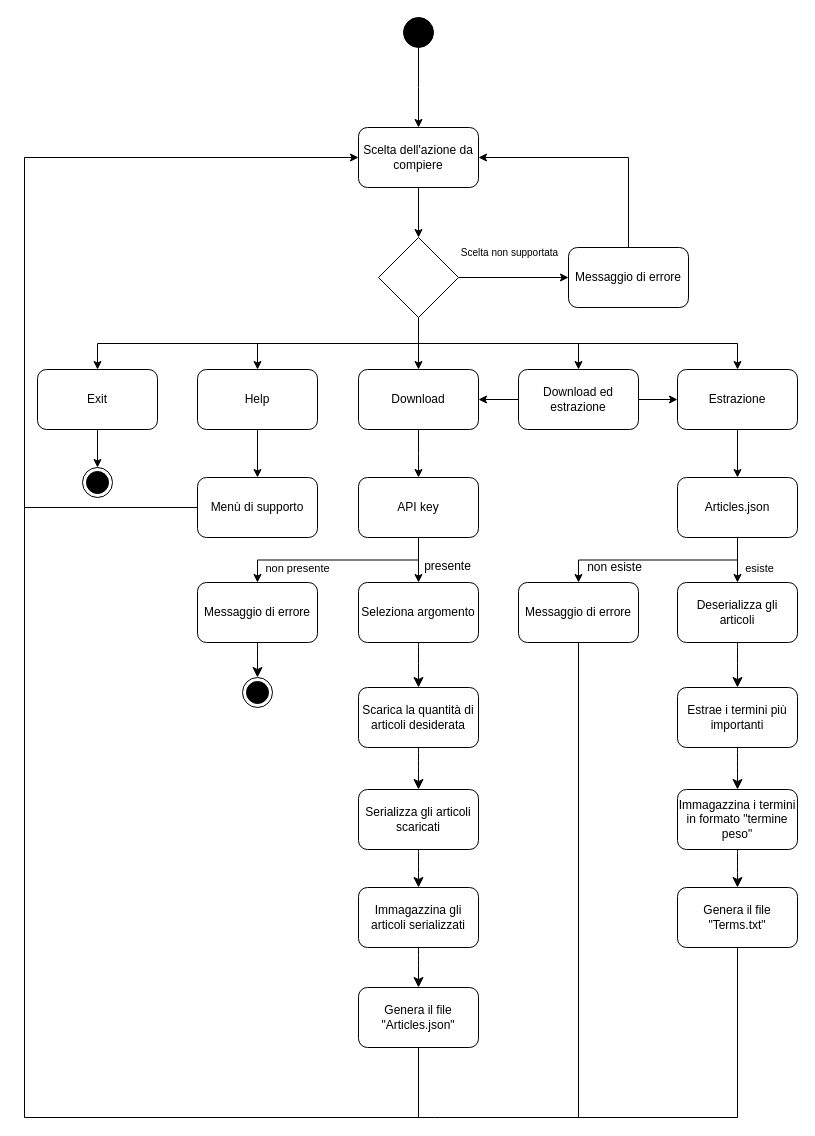
MaTo01/WebMiningProject keeps this draw.io diagram as Documenti e diagrammi/doc/DiagrammaDelleAttivita.drawio. Above is the earlier version. Source tidied: cells renumbered, new cells numbered last; positions are measured from the earlier drawing's top-left corner, leaving out a move shared by most shapes. Both pictures are drawn from the tidied source at 100%, with x=0, y=0 at pixel (24, 17).
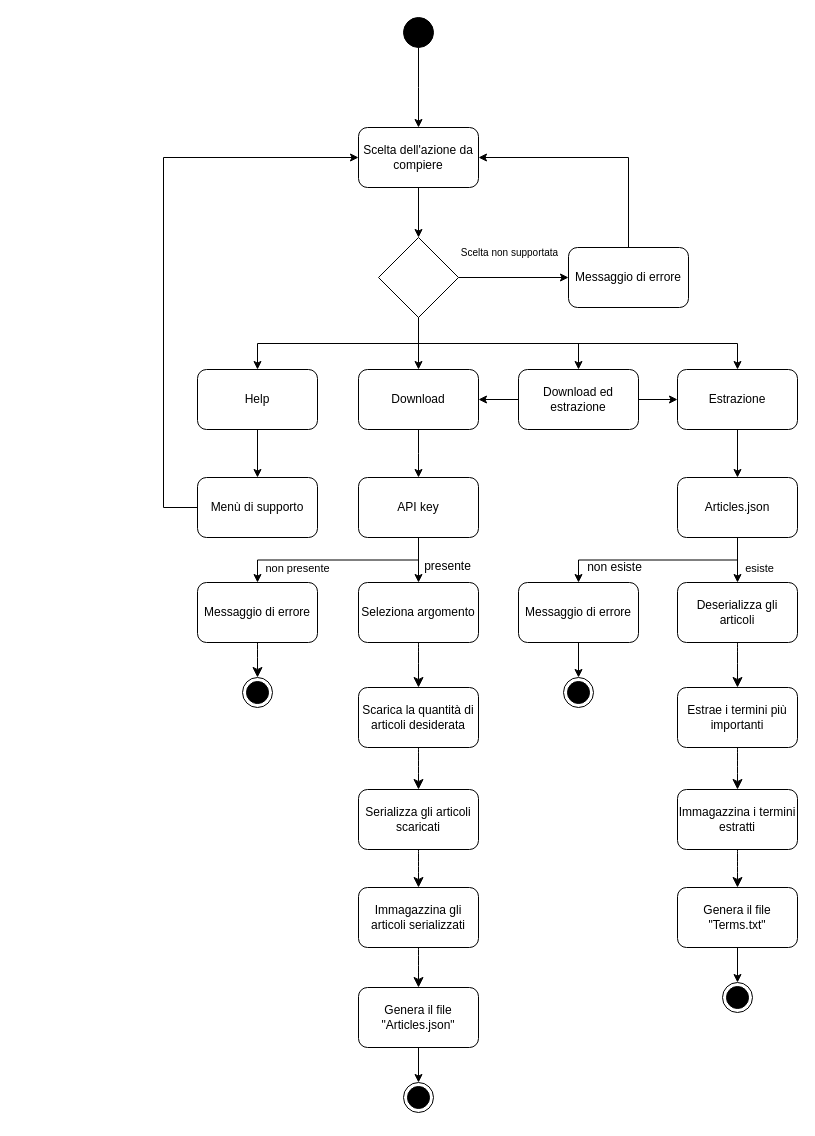
The same page after the edit.

The change refers to these unchanged cells:
```xml
<mxCell id="10" style="rhombus;whiteSpace=wrap;html=1;" parent="1" vertex="1">
  <mxGeometry x="354" y="220" width="80" height="80" as="geometry" />
</mxCell>
<mxCell id="11" value="Scelta dell'azione da compiere" style="rounded=1;whiteSpace=wrap;html=1;" parent="1" vertex="1">
  <mxGeometry x="334" y="110" width="120" height="60" as="geometry" />
</mxCell>
<mxCell id="29" value="Menù di supporto" style="rounded=1;whiteSpace=wrap;html=1;" parent="1" vertex="1">
  <mxGeometry x="173" y="460" width="120" height="60" as="geometry" />
</mxCell>
<mxCell id="45" value="Genera il file &quot;Articles.json&quot;" style="rounded=1;whiteSpace=wrap;html=1;verticalAlign=middle;" parent="1" vertex="1">
  <mxGeometry x="334" y="970" width="120" height="60" as="geometry" />
</mxCell>
<mxCell id="51" value="Messaggio di errore" style="rounded=1;whiteSpace=wrap;html=1;" parent="1" vertex="1">
  <mxGeometry x="494" y="565" width="120" height="60" as="geometry" />
</mxCell>
<mxCell id="59" value="Genera il file &quot;Terms.txt&quot;" style="rounded=1;whiteSpace=wrap;html=1;" parent="1" vertex="1">
  <mxGeometry x="653" y="870" width="120" height="60" as="geometry" />
</mxCell>
```

The edit, as a diff of the source:
```diff
@@
-    <mxCell id="8" style="edgeStyle=orthogonalEdgeStyle;rounded=0;jettySize=auto;html=1;exitX=0.5;exitY=1;exitDx=0;exitDy=0;entryX=0.5;entryY=0;entryDx=0;entryDy=0;" parent="1" edge="1" source="10" target="23">
-      <mxGeometry relative="1" as="geometry" />
-    </mxCell>
@@
-    <mxCell id="22" style="edgeStyle=orthogonalEdgeStyle;rounded=0;jettySize=auto;html=1;exitX=0.5;exitY=1;exitDx=0;exitDy=0;entryX=0.5;entryY=0;entryDx=0;entryDy=0;" parent="1" edge="1" source="23" target="24">
-      <mxGeometry relative="1" as="geometry" />
-    </mxCell>
-    <mxCell id="23" value="Exit" style="rounded=1;whiteSpace=wrap;html=1;" parent="1" vertex="1">
-      <mxGeometry x="13" y="352" width="120" height="60" as="geometry" />
-    </mxCell>
-    <mxCell id="24" style="ellipse;html=1;shape=endState;fillColor=strokeColor;" parent="1" vertex="1">
-      <mxGeometry x="58" y="450" width="30" height="30" as="geometry" />
-    </mxCell>
@@
     <mxCell id="28" style="edgeStyle=orthogonalEdgeStyle;rounded=0;jettySize=auto;html=1;exitX=0;exitY=0.5;exitDx=0;exitDy=0;entryX=0;entryY=0.5;entryDx=0;entryDy=0;" parent="1" edge="1" source="29" target="11">
       <mxGeometry relative="1" as="geometry">
         <Array as="points">
-          <mxPoint y="490" />
-          <mxPoint y="140" />
+          <mxPoint x="139" y="490" />
+          <mxPoint x="139" y="140" />
         </Array>
       </mxGeometry>
     </mxCell>
@@
+    <mxCell id="63" style="edgeStyle=orthogonalEdgeStyle;rounded=0;jettySize=auto;html=1;exitX=0.5;exitY=1;exitDx=0;exitDy=0;entryX=0.5;entryY=0;entryDx=0;entryDy=0;strokeWidth=1;" parent="1" edge="1" source="45" target="66">
+      <mxGeometry relative="1" as="geometry" />
+    </mxCell>
@@
+    <mxCell id="64" style="edgeStyle=orthogonalEdgeStyle;rounded=0;jettySize=auto;html=1;exitX=0.5;exitY=1;exitDx=0;exitDy=0;entryX=0.5;entryY=0;entryDx=0;entryDy=0;" parent="1" edge="1" source="51" target="68">
+      <mxGeometry relative="1" as="geometry" />
+    </mxCell>
@@
-    <mxCell id="56" value="Immagazzina i termini in formato &quot;termine peso&quot;" style="rounded=1;whiteSpace=wrap;html=1;" parent="1" vertex="1">
+    <mxCell id="56" value="Immagazzina i termini estratti" style="rounded=1;whiteSpace=wrap;html=1;" parent="1" vertex="1">
       <mxGeometry x="653" y="772" width="120" height="60" as="geometry" />
     </mxCell>
@@
+    <mxCell id="65" style="edgeStyle=orthogonalEdgeStyle;rounded=0;jettySize=auto;html=1;exitX=0.5;exitY=1;exitDx=0;exitDy=0;entryX=0.5;entryY=0;entryDx=0;entryDy=0;" parent="1" edge="1" source="59" target="67">
+      <mxGeometry relative="1" as="geometry" />
+    </mxCell>
@@
-    <mxCell id="60" style="endArrow=none;html=1;rounded=0;entryX=0.5;entryY=1;entryDx=0;entryDy=0;" parent="1" edge="1" target="59">
-      <mxGeometry relative="1" as="geometry">
-        <mxPoint y="490" as="sourcePoint" />
-        <Array as="points">
-          <mxPoint y="1100" />
-          <mxPoint x="410" y="1100" />
-          <mxPoint x="713" y="1100" />
-        </Array>
-      </mxGeometry>
-    </mxCell>
-    <mxCell id="61" style="endArrow=none;html=1;rounded=0;entryX=0.5;entryY=1;entryDx=0;entryDy=0;" parent="1" edge="1" target="45">
-      <mxGeometry relative="1" as="geometry">
-        <mxPoint x="394" y="1100" as="sourcePoint" />
-      </mxGeometry>
-    </mxCell>
-    <mxCell id="62" style="endArrow=none;html=1;rounded=0;entryX=0.5;entryY=1;entryDx=0;entryDy=0;" parent="1" edge="1" target="51">
-      <mxGeometry relative="1" as="geometry">
-        <mxPoint x="554" y="1100" as="sourcePoint" />
-      </mxGeometry>
-    </mxCell>
+    <mxCell id="66" style="ellipse;html=1;shape=endState;fillColor=strokeColor;" parent="1" vertex="1">
+      <mxGeometry x="379" y="1065" width="30" height="30" as="geometry" />
+    </mxCell>
+    <mxCell id="67" style="ellipse;html=1;shape=endState;fillColor=strokeColor;" parent="1" vertex="1">
+      <mxGeometry x="698" y="965" width="30" height="30" as="geometry" />
+    </mxCell>
+    <mxCell id="68" style="ellipse;html=1;shape=endState;fillColor=strokeColor;" parent="1" vertex="1">
+      <mxGeometry x="539" y="660" width="30" height="30" as="geometry" />
+    </mxCell>
```
